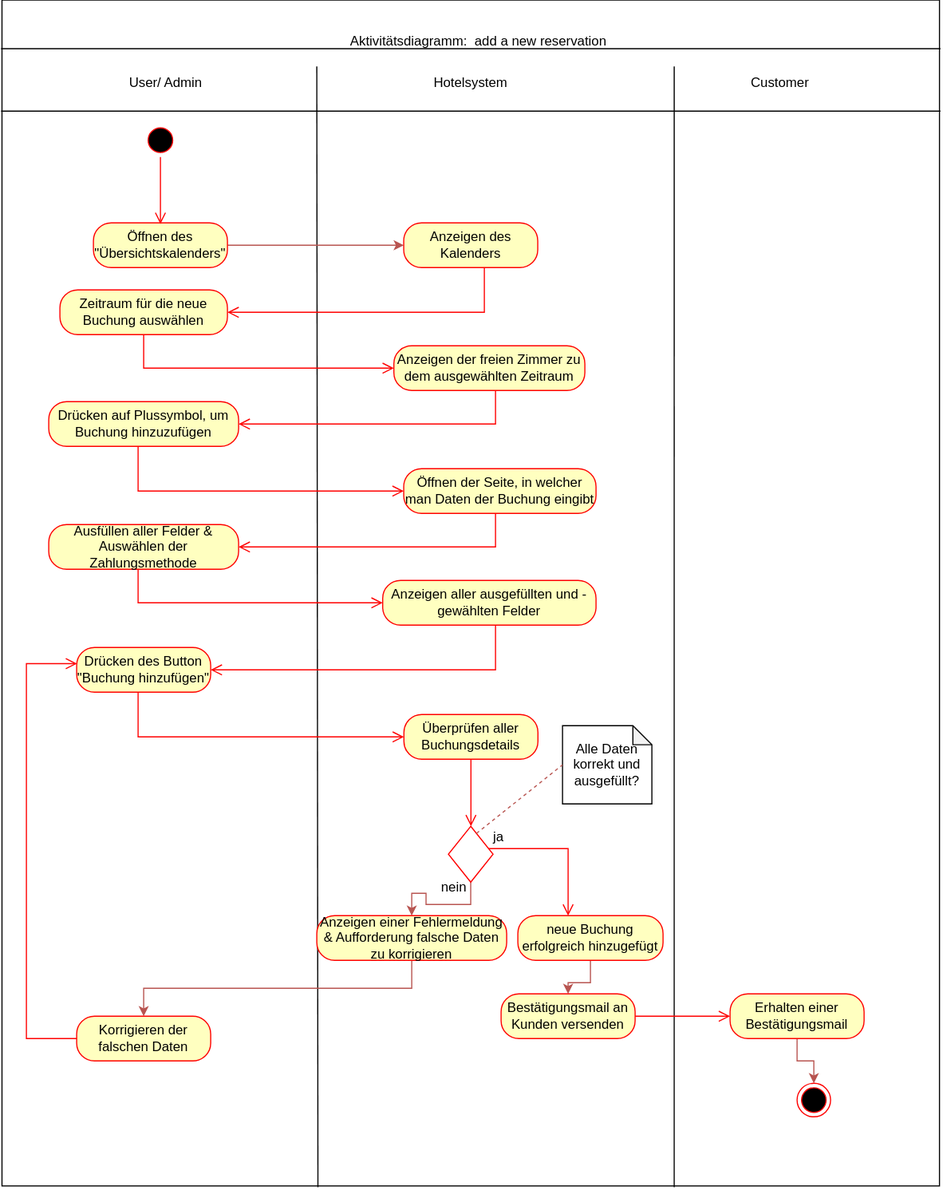
Earlier version of the draw.io export Aktivitätsdiagramm.drawio.svg (N4ims/hotel-system). Source tidied: cells renumbered, new cells last; positions are measured from the earlier drawing's top-left corner, leaving out a move shared by most shapes.
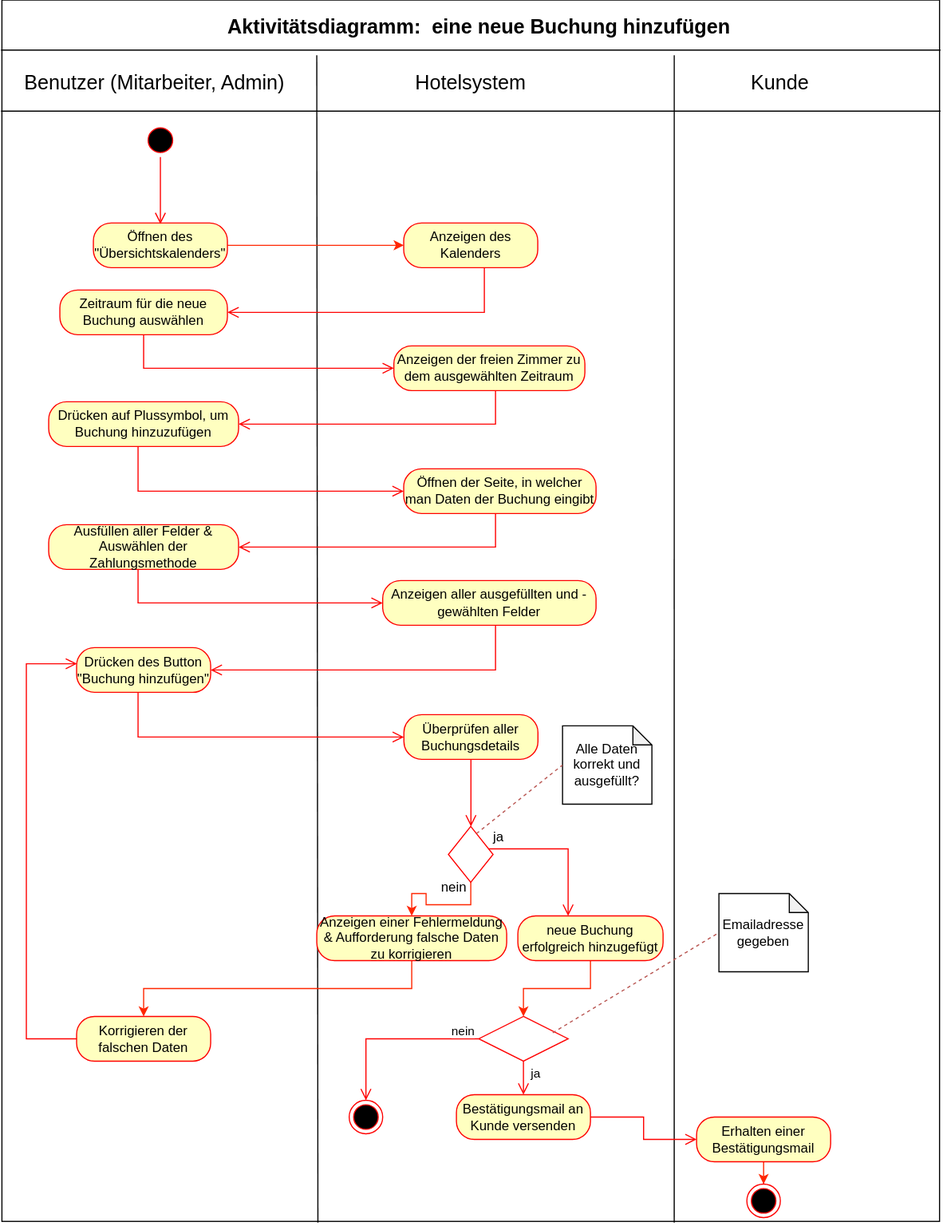
The same diagram one commit later.

Change to the diagram source:
```diff
@@ -2,23 +2,23 @@
   <root>
     <mxCell id="0" />
     <mxCell id="1" parent="0" />
-    <mxCell id="2" style="rounded=0;whiteSpace=wrap;html=1;rotation=90;fillColor=none;" parent="1" vertex="1">
-      <mxGeometry x="0.2" y="88.5" width="1061.3" height="839.4" as="geometry" />
+    <mxCell id="2" style="rounded=0;whiteSpace=wrap;html=1;rotation=90;fillColor=default;" parent="1" vertex="1">
+      <mxGeometry x="-15.6" y="104.3" width="1092.8" height="839.4" as="geometry" />
     </mxCell>
     <mxCell id="3" style="endArrow=none;html=1;rounded=0;exitX=0.041;exitY=1.001;exitDx=0;exitDy=0;exitPerimeter=0;entryX=0.041;entryY=-0.001;entryDx=0;entryDy=0;entryPerimeter=0;" parent="1" edge="1" source="2" target="2">
       <mxGeometry relative="1" as="geometry" />
     </mxCell>
-    <mxCell id="4" value="Aktivitätsdiagramm: &amp;nbsp;add a new reservation" style="text;html=1;strokeColor=none;fillColor=none;align=center;verticalAlign=middle;whiteSpace=wrap;rounded=0;" parent="1" vertex="1">
-      <mxGeometry x="398" width="280" height="30" as="geometry" />
+    <mxCell id="4" value="&lt;b&gt;&lt;font style=&quot;font-size: 18px;&quot;&gt;Aktivitätsdiagramm: &amp;nbsp;eine neue Buchung hinzufügen&lt;/font&gt;&lt;/b&gt;" style="text;html=1;strokeColor=none;fillColor=none;align=center;verticalAlign=middle;whiteSpace=wrap;rounded=0;" parent="1" vertex="1">
+      <mxGeometry x="296" y="-13" width="485" height="30" as="geometry" />
     </mxCell>
     <mxCell id="5" style="endArrow=none;html=1;rounded=0;exitX=1.001;exitY=0.663;exitDx=0;exitDy=0;exitPerimeter=0;" parent="1" edge="1" source="2">
       <mxGeometry relative="1" as="geometry">
-        <mxPoint x="393" y="37" as="targetPoint" />
+        <mxPoint x="393" y="27" as="targetPoint" />
       </mxGeometry>
     </mxCell>
     <mxCell id="6" style="endArrow=none;html=1;rounded=0;exitX=1.001;exitY=0.283;exitDx=0;exitDy=0;exitPerimeter=0;" parent="1" edge="1" source="2">
       <mxGeometry relative="1" as="geometry">
-        <mxPoint x="713" y="37" as="targetPoint" />
+        <mxPoint x="713" y="27" as="targetPoint" />
       </mxGeometry>
     </mxCell>
     <mxCell id="7" style="endArrow=none;html=1;rounded=0;exitX=0.041;exitY=1.001;exitDx=0;exitDy=0;exitPerimeter=0;entryX=0.041;entryY=-0.001;entryDx=0;entryDy=0;entryPerimeter=0;" parent="1" edge="1">
@@ -27,16 +27,16 @@
         <mxPoint x="951.3" y="77" as="targetPoint" />
       </mxGeometry>
     </mxCell>
-    <mxCell id="8" value="User/ Admin" style="text;html=1;strokeColor=none;fillColor=none;align=center;verticalAlign=middle;whiteSpace=wrap;rounded=0;" parent="1" vertex="1">
-      <mxGeometry x="203" y="37.3" width="110" height="30" as="geometry" />
+    <mxCell id="8" value="&lt;font style=&quot;font-size: 18px;&quot;&gt;Benutzer (Mitarbeiter, Admin)&lt;/font&gt;" style="text;html=1;strokeColor=none;fillColor=none;align=center;verticalAlign=middle;whiteSpace=wrap;rounded=0;" parent="1" vertex="1">
+      <mxGeometry x="123" y="37.3" width="250" height="30" as="geometry" />
     </mxCell>
-    <mxCell id="9" value="Hotelsystem" style="text;html=1;strokeColor=none;fillColor=none;align=center;verticalAlign=middle;whiteSpace=wrap;rounded=0;" parent="1" vertex="1">
+    <mxCell id="9" value="&lt;font style=&quot;font-size: 18px;&quot;&gt;Hotelsystem&lt;/font&gt;" style="text;html=1;strokeColor=none;fillColor=none;align=center;verticalAlign=middle;whiteSpace=wrap;rounded=0;" parent="1" vertex="1">
       <mxGeometry x="475.8" y="37.3" width="110" height="30" as="geometry" />
     </mxCell>
-    <mxCell id="10" value="Customer" style="text;html=1;strokeColor=none;fillColor=none;align=center;verticalAlign=middle;whiteSpace=wrap;rounded=0;" parent="1" vertex="1">
+    <mxCell id="10" value="&lt;font style=&quot;font-size: 18px;&quot;&gt;Kunde&lt;/font&gt;" style="text;html=1;strokeColor=none;fillColor=none;align=center;verticalAlign=middle;whiteSpace=wrap;rounded=0;" parent="1" vertex="1">
       <mxGeometry x="753" y="37.3" width="110" height="30" as="geometry" />
     </mxCell>
-    <mxCell id="11" style="edgeStyle=orthogonalEdgeStyle;rounded=0;jettySize=auto;html=1;fillColor=#f8cecc;strokeColor=#b85450;" parent="1" edge="1" source="12" target="15">
+    <mxCell id="11" style="edgeStyle=orthogonalEdgeStyle;rounded=0;jettySize=auto;html=1;fillColor=#f8cecc;strokeColor=#ff2600;" parent="1" edge="1" source="12" target="15">
       <mxGeometry relative="1" as="geometry" />
     </mxCell>
     <mxCell id="12" value="Öffnen des &quot;Übersichtskalenders&quot;" style="rounded=1;whiteSpace=wrap;html=1;arcSize=40;fontColor=#000000;fillColor=#ffffc0;strokeColor=#ff0000;" parent="1" vertex="1">
@@ -138,7 +138,7 @@
         <mxPoint x="531" y="717" as="targetPoint" />
       </mxGeometry>
     </mxCell>
-    <mxCell id="33" style="edgeStyle=orthogonalEdgeStyle;rounded=0;jettySize=auto;html=1;entryX=0.5;entryY=0;entryDx=0;entryDy=0;fillColor=#f8cecc;strokeColor=#b85450;" parent="1" edge="1" source="34" target="37">
+    <mxCell id="33" style="edgeStyle=orthogonalEdgeStyle;rounded=0;jettySize=auto;html=1;entryX=0.5;entryY=0;entryDx=0;entryDy=0;fillColor=#f8cecc;strokeColor=#ff2600;" parent="1" edge="1" source="34" target="37">
       <mxGeometry relative="1" as="geometry" />
     </mxCell>
     <mxCell id="34" style="rhombus;whiteSpace=wrap;html=1;fontColor=#000000;fillColor=none;strokeColor=#ff0000;" parent="1" vertex="1">
@@ -151,13 +151,13 @@
         </Array>
       </mxGeometry>
     </mxCell>
-    <mxCell id="36" style="edgeStyle=orthogonalEdgeStyle;rounded=0;jettySize=auto;html=1;exitX=0.5;exitY=1;exitDx=0;exitDy=0;entryX=0.5;entryY=0;entryDx=0;entryDy=0;fillColor=#f8cecc;strokeColor=#b85450;" parent="1" edge="1" source="37" target="40">
+    <mxCell id="36" style="edgeStyle=orthogonalEdgeStyle;rounded=0;jettySize=auto;html=1;exitX=0.5;exitY=1;exitDx=0;exitDy=0;entryX=0.5;entryY=0;entryDx=0;entryDy=0;fillColor=#f8cecc;strokeColor=#ff2600;" parent="1" edge="1" source="37" target="40">
       <mxGeometry relative="1" as="geometry" />
     </mxCell>
     <mxCell id="37" value="Anzeigen einer Fehlermeldung &amp;amp; Aufforderung falsche Daten zu korrigieren" style="rounded=1;whiteSpace=wrap;html=1;arcSize=40;fontColor=#000000;fillColor=#ffffc0;strokeColor=#ff0000;" parent="1" vertex="1">
       <mxGeometry x="393" y="797" width="170" height="40" as="geometry" />
     </mxCell>
-    <mxCell id="38" style="edgeStyle=orthogonalEdgeStyle;rounded=0;jettySize=auto;html=1;fillColor=#f8cecc;strokeColor=#b85450;" parent="1" edge="1" source="39" target="42">
+    <mxCell id="38" style="edgeStyle=orthogonalEdgeStyle;rounded=0;jettySize=auto;html=1;fillColor=#f8cecc;strokeColor=#ff2600;entryX=0.5;entryY=0;entryDx=0;entryDy=0;" parent="1" edge="1" source="39" target="51">
       <mxGeometry relative="1" as="geometry" />
     </mxCell>
     <mxCell id="39" value="neue Buchung erfolgreich hinzugefügt" style="rounded=1;whiteSpace=wrap;html=1;arcSize=40;fontColor=#000000;fillColor=#ffffc0;strokeColor=#ff0000;" parent="1" vertex="1">
@@ -174,25 +174,14 @@
         </Array>
       </mxGeometry>
     </mxCell>
-    <mxCell id="42" value="Bestätigungsmail an Kunden versenden" style="rounded=1;whiteSpace=wrap;html=1;arcSize=40;fontColor=#000000;fillColor=#ffffc0;strokeColor=#ff0000;" parent="1" vertex="1">
-      <mxGeometry x="558" y="867" width="120" height="40" as="geometry" />
-    </mxCell>
-    <mxCell id="43" style="edgeStyle=orthogonalEdgeStyle;html=1;verticalAlign=bottom;endArrow=open;endSize=8;strokeColor=#ff0000;rounded=0;" parent="1" edge="1" source="42" target="45">
-      <mxGeometry relative="1" as="geometry">
-        <Array as="points">
-          <mxPoint x="713" y="887" />
-          <mxPoint x="713" y="887" />
-        </Array>
-      </mxGeometry>
-    </mxCell>
-    <mxCell id="44" style="edgeStyle=orthogonalEdgeStyle;rounded=0;jettySize=auto;html=1;entryX=0.5;entryY=0;entryDx=0;entryDy=0;fillColor=#f8cecc;strokeColor=#b85450;" parent="1" edge="1" source="45" target="46">
+    <mxCell id="44" style="edgeStyle=orthogonalEdgeStyle;rounded=0;jettySize=auto;html=1;entryX=0.5;entryY=0;entryDx=0;entryDy=0;fillColor=#f8cecc;strokeColor=#ff2600;" parent="1" edge="1" source="45" target="46">
       <mxGeometry relative="1" as="geometry" />
     </mxCell>
     <mxCell id="45" value="Erhalten einer Bestätigungsmail" style="rounded=1;whiteSpace=wrap;html=1;arcSize=40;fontColor=#000000;fillColor=#ffffc0;strokeColor=#ff0000;" parent="1" vertex="1">
-      <mxGeometry x="763" y="867" width="120" height="40" as="geometry" />
+      <mxGeometry x="733" y="977" width="120" height="40" as="geometry" />
     </mxCell>
     <mxCell id="46" style="ellipse;html=1;shape=endState;fillColor=#000000;strokeColor=#ff0000;" parent="1" vertex="1">
-      <mxGeometry x="823" y="947" width="30" height="30" as="geometry" />
+      <mxGeometry x="778" y="1037" width="30" height="30" as="geometry" />
     </mxCell>
     <mxCell id="47" value="Alle Daten korrekt und ausgefüllt?" style="shape=note;whiteSpace=wrap;html=1;backgroundOutline=1;darkOpacity=0.05;size=17;" parent="1" vertex="1">
       <mxGeometry x="613" y="627" width="80" height="70" as="geometry" />
@@ -206,5 +195,29 @@
     <mxCell id="50" value="nein" style="text;html=1;strokeColor=none;fillColor=none;align=center;verticalAlign=middle;whiteSpace=wrap;rounded=0;" parent="1" vertex="1">
       <mxGeometry x="485.8" y="757" width="60" height="30" as="geometry" />
     </mxCell>
+    <mxCell id="51" style="rhombus;whiteSpace=wrap;html=1;fontColor=#000000;fillColor=none;strokeColor=#ff0000;" parent="1" vertex="1">
+      <mxGeometry x="538" y="887" width="80" height="40" as="geometry" />
+    </mxCell>
+    <mxCell id="52" value="ja" style="edgeStyle=orthogonalEdgeStyle;html=1;align=left;verticalAlign=bottom;endArrow=open;endSize=8;strokeColor=#ff0000;rounded=0;entryX=0.5;entryY=0;entryDx=0;entryDy=0;" parent="1" edge="1" source="51" target="56">
+      <mxGeometry x="0.33" y="5" relative="1" as="geometry" />
+    </mxCell>
+    <mxCell id="53" value="nein" style="edgeStyle=orthogonalEdgeStyle;html=1;align=left;verticalAlign=top;endArrow=open;endSize=8;strokeColor=#ff0000;rounded=0;entryX=0.5;entryY=0;entryDx=0;entryDy=0;" parent="1" edge="1" source="51" target="58">
+      <mxGeometry x="-0.68" y="-20" relative="1" as="geometry" />
+    </mxCell>
+    <mxCell id="54" value="Emailadresse gegeben" style="shape=note;whiteSpace=wrap;html=1;backgroundOutline=1;darkOpacity=0.05;size=17;" parent="1" vertex="1">
+      <mxGeometry x="753" y="777" width="80" height="70" as="geometry" />
+    </mxCell>
+    <mxCell id="55" style="endArrow=none;dashed=1;html=1;rounded=0;entryX=0;entryY=0.5;entryDx=0;entryDy=0;entryPerimeter=0;exitX=0.828;exitY=0.365;exitDx=0;exitDy=0;fillColor=#f8cecc;strokeColor=#b85450;exitPerimeter=0;" parent="1" edge="1" source="51" target="54">
+      <mxGeometry relative="1" as="geometry" />
+    </mxCell>
+    <mxCell id="56" value="Bestätigungsmail an Kunde versenden" style="rounded=1;whiteSpace=wrap;html=1;arcSize=40;fontColor=#000000;fillColor=#ffffc0;strokeColor=#ff0000;" parent="1" vertex="1">
+      <mxGeometry x="518" y="957" width="120" height="40" as="geometry" />
+    </mxCell>
+    <mxCell id="57" style="edgeStyle=orthogonalEdgeStyle;html=1;verticalAlign=bottom;endArrow=open;endSize=8;strokeColor=#ff0000;rounded=0;entryX=0;entryY=0.5;entryDx=0;entryDy=0;" parent="1" edge="1" source="56" target="45">
+      <mxGeometry relative="1" as="geometry" />
+    </mxCell>
+    <mxCell id="58" style="ellipse;html=1;shape=endState;fillColor=#000000;strokeColor=#ff0000;" parent="1" vertex="1">
+      <mxGeometry x="422" y="962" width="30" height="30" as="geometry" />
+    </mxCell>
   </root>
 </mxGraphModel>
```
